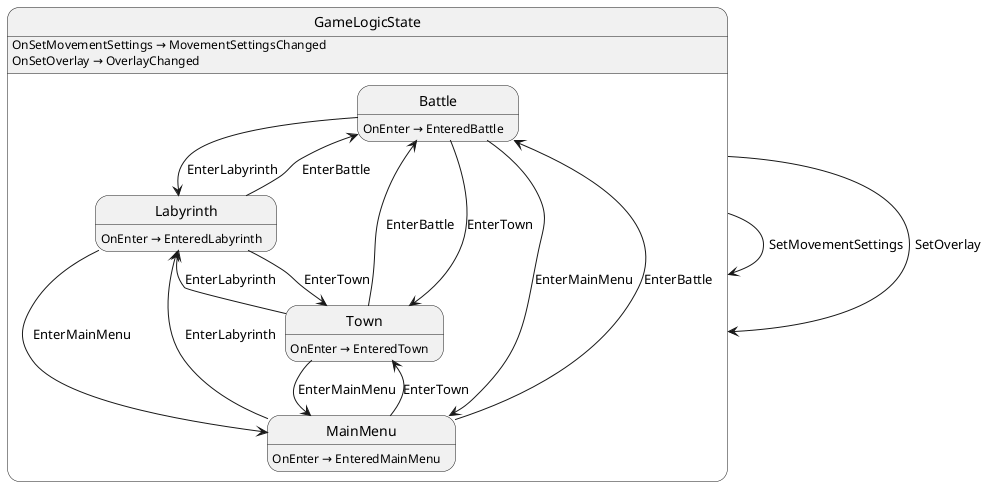
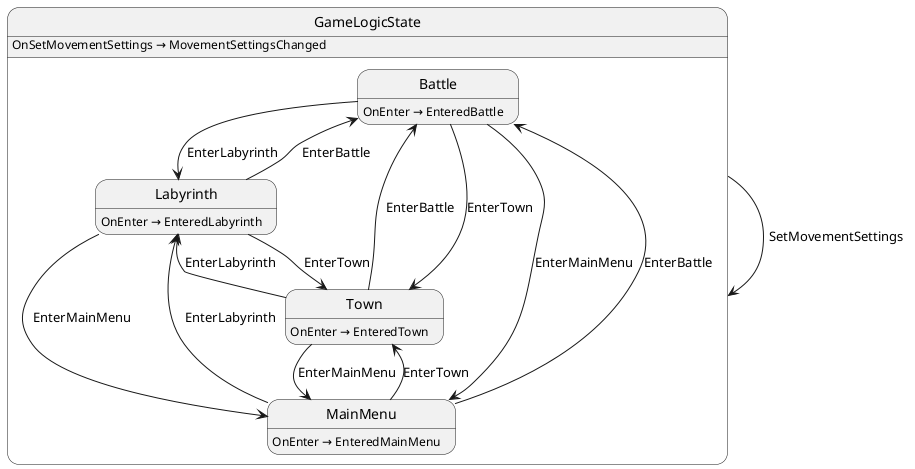
@startuml GameLogicState
state "GameLogicState" as Labyrinth_GameLogicState {
  state "Battle" as Labyrinth_GameLogicState_Battle
  state "Labyrinth" as Labyrinth_GameLogicState_Labyrinth
  state "MainMenu" as Labyrinth_GameLogicState_MainMenu
  state "Town" as Labyrinth_GameLogicState_Town
}

Labyrinth_GameLogicState --> Labyrinth_GameLogicState : SetMovementSettings
- Labyrinth_GameLogicState --> Labyrinth_GameLogicState : SetOverlay
Labyrinth_GameLogicState_Battle --> Labyrinth_GameLogicState_Labyrinth : EnterLabyrinth
Labyrinth_GameLogicState_Battle --> Labyrinth_GameLogicState_MainMenu : EnterMainMenu
Labyrinth_GameLogicState_Battle --> Labyrinth_GameLogicState_Town : EnterTown
Labyrinth_GameLogicState_Labyrinth --> Labyrinth_GameLogicState_Battle : EnterBattle
Labyrinth_GameLogicState_Labyrinth --> Labyrinth_GameLogicState_MainMenu : EnterMainMenu
Labyrinth_GameLogicState_Labyrinth --> Labyrinth_GameLogicState_Town : EnterTown
Labyrinth_GameLogicState_MainMenu --> Labyrinth_GameLogicState_Battle : EnterBattle
Labyrinth_GameLogicState_MainMenu --> Labyrinth_GameLogicState_Labyrinth : EnterLabyrinth
Labyrinth_GameLogicState_MainMenu --> Labyrinth_GameLogicState_Town : EnterTown
Labyrinth_GameLogicState_Town --> Labyrinth_GameLogicState_Battle : EnterBattle
Labyrinth_GameLogicState_Town --> Labyrinth_GameLogicState_Labyrinth : EnterLabyrinth
Labyrinth_GameLogicState_Town --> Labyrinth_GameLogicState_MainMenu : EnterMainMenu

Labyrinth_GameLogicState : OnSetMovementSettings → MovementSettingsChanged
- Labyrinth_GameLogicState : OnSetOverlay → OverlayChanged
Labyrinth_GameLogicState_Battle : OnEnter → EnteredBattle
Labyrinth_GameLogicState_Labyrinth : OnEnter → EnteredLabyrinth
Labyrinth_GameLogicState_MainMenu : OnEnter → EnteredMainMenu
Labyrinth_GameLogicState_Town : OnEnter → EnteredTown
@enduml